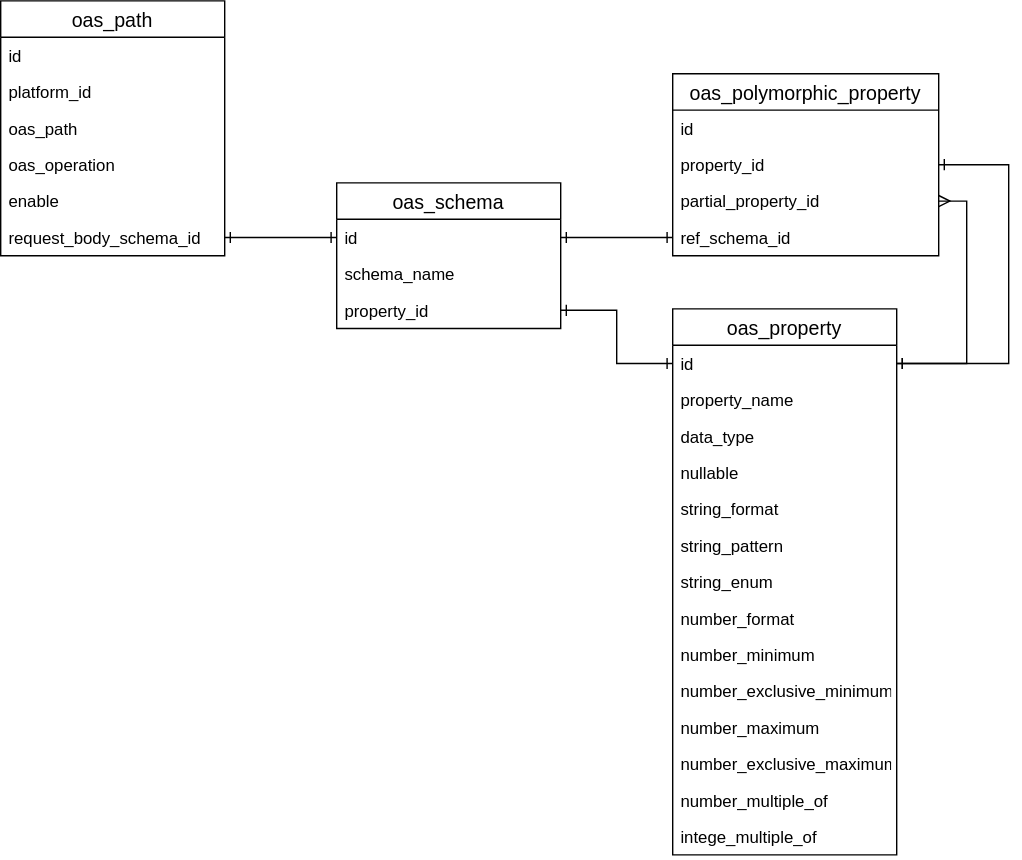
Before: erd.drawio.svg, a diagram exported from draw.io (gocreating/openapi-csv-converter). Source tidied: cells renumbered, new cells last; positions are measured from the earlier drawing's top-left corner, leaving out a move shared by most shapes. Its diagram source:
```xml
<mxGraphModel>
  <root>
    <mxCell id="0" />
    <mxCell id="1" parent="0" />
    <mxCell id="2" value="oas_path" style="swimlane;fontStyle=0;horizontal=1;startSize=26;align=center;fontSize=14;" parent="1" vertex="1">
      <mxGeometry width="160" height="182" as="geometry" />
    </mxCell>
    <mxCell id="3" value="id" style="text;strokeColor=none;fillColor=none;spacingLeft=4;spacingRight=4;overflow=hidden;fontSize=12;" parent="2" vertex="1">
      <mxGeometry y="26" width="160" height="26" as="geometry" />
    </mxCell>
    <mxCell id="4" value="platform_id" style="text;strokeColor=none;fillColor=none;spacingLeft=4;spacingRight=4;overflow=hidden;fontSize=12;" parent="2" vertex="1">
      <mxGeometry y="52" width="160" height="26" as="geometry" />
    </mxCell>
    <mxCell id="5" value="oas_path" style="text;strokeColor=none;fillColor=none;spacingLeft=4;spacingRight=4;overflow=hidden;fontSize=12;" parent="2" vertex="1">
      <mxGeometry y="78" width="160" height="26" as="geometry" />
    </mxCell>
    <mxCell id="6" value="oas_operation" style="text;strokeColor=none;fillColor=none;spacingLeft=4;spacingRight=4;overflow=hidden;fontSize=12;" parent="2" vertex="1">
      <mxGeometry y="104" width="160" height="26" as="geometry" />
    </mxCell>
    <mxCell id="7" value="enable" style="text;strokeColor=none;fillColor=none;spacingLeft=4;spacingRight=4;overflow=hidden;fontSize=12;" parent="2" vertex="1">
      <mxGeometry y="130" width="160" height="26" as="geometry" />
    </mxCell>
    <mxCell id="8" value="request_body_schema_id" style="text;strokeColor=none;fillColor=none;spacingLeft=4;spacingRight=4;overflow=hidden;points=[[0,0.5],[1,0.5]];portConstraint=eastwest;fontSize=12;" parent="2" vertex="1">
      <mxGeometry y="156" width="160" height="26" as="geometry" />
    </mxCell>
    <mxCell id="9" style="edgeStyle=orthogonalEdgeStyle;rounded=0;jettySize=auto;html=1;exitX=1;exitY=0.5;exitDx=0;exitDy=0;entryX=0;entryY=0.5;entryDx=0;entryDy=0;startArrow=ERone;startFill=0;endArrow=ERone;endFill=0;" parent="1" edge="1" source="8" target="12">
      <mxGeometry relative="1" as="geometry" />
    </mxCell>
    <mxCell id="10" style="edgeStyle=orthogonalEdgeStyle;rounded=0;jettySize=auto;html=1;exitX=1;exitY=0.5;exitDx=0;exitDy=0;entryX=0;entryY=0.5;entryDx=0;entryDy=0;startArrow=ERone;startFill=0;endArrow=ERone;endFill=0;" parent="1" edge="1" source="14" target="19">
      <mxGeometry relative="1" as="geometry" />
    </mxCell>
    <mxCell id="11" value="oas_schema" style="swimlane;fontStyle=0;horizontal=1;startSize=26;align=center;fontSize=14;" parent="1" vertex="1">
      <mxGeometry x="240" y="130" width="160" height="104" as="geometry" />
    </mxCell>
    <mxCell id="12" value="id" style="text;strokeColor=none;fillColor=none;spacingLeft=4;spacingRight=4;overflow=hidden;points=[[0,0.5],[1,0.5]];portConstraint=eastwest;fontSize=12;" parent="11" vertex="1">
      <mxGeometry y="26" width="160" height="26" as="geometry" />
    </mxCell>
    <mxCell id="13" value="schema_name" style="text;strokeColor=none;fillColor=none;spacingLeft=4;spacingRight=4;overflow=hidden;fontSize=12;" parent="11" vertex="1">
      <mxGeometry y="52" width="160" height="26" as="geometry" />
    </mxCell>
    <mxCell id="14" value="property_id" style="text;strokeColor=none;fillColor=none;spacingLeft=4;spacingRight=4;overflow=hidden;points=[[0,0.5],[1,0.5]];portConstraint=eastwest;fontSize=12;" parent="11" vertex="1">
      <mxGeometry y="78" width="160" height="26" as="geometry" />
    </mxCell>
    <mxCell id="15" style="edgeStyle=orthogonalEdgeStyle;rounded=0;jettySize=auto;html=1;exitX=0;exitY=0.5;exitDx=0;exitDy=0;entryX=1;entryY=0.5;entryDx=0;entryDy=0;startArrow=ERone;startFill=0;endArrow=ERone;endFill=0;" parent="1" edge="1" source="37" target="12">
      <mxGeometry relative="1" as="geometry" />
    </mxCell>
    <mxCell id="16" style="edgeStyle=orthogonalEdgeStyle;rounded=0;jettySize=auto;html=1;exitX=1;exitY=0.5;exitDx=0;exitDy=0;entryX=1;entryY=0.5;entryDx=0;entryDy=0;startArrow=ERone;startFill=0;endArrow=ERone;endFill=0;" parent="1" edge="1" source="35" target="19">
      <mxGeometry relative="1" as="geometry">
        <Array as="points">
          <mxPoint x="720" y="117" />
          <mxPoint x="720" y="259" />
        </Array>
      </mxGeometry>
    </mxCell>
    <mxCell id="17" style="edgeStyle=orthogonalEdgeStyle;rounded=0;jettySize=auto;html=1;exitX=1;exitY=0.5;exitDx=0;exitDy=0;entryX=1;entryY=0.5;entryDx=0;entryDy=0;startArrow=ERmany;startFill=0;endArrow=ERone;endFill=0;" parent="1" edge="1" source="36" target="19">
      <mxGeometry relative="1" as="geometry">
        <Array as="points">
          <mxPoint x="690" y="143" />
          <mxPoint x="690" y="259" />
        </Array>
      </mxGeometry>
    </mxCell>
    <mxCell id="18" value="oas_property" style="swimlane;fontStyle=0;horizontal=1;startSize=26;align=center;fontSize=14;" parent="1" vertex="1">
      <mxGeometry x="480" y="220" width="160" height="390" as="geometry" />
    </mxCell>
    <mxCell id="19" value="id" style="text;strokeColor=none;fillColor=none;spacingLeft=4;spacingRight=4;overflow=hidden;points=[[0,0.5],[1,0.5]];portConstraint=eastwest;fontSize=12;" parent="18" vertex="1">
      <mxGeometry y="26" width="160" height="26" as="geometry" />
    </mxCell>
    <mxCell id="20" value="property_name" style="text;strokeColor=none;fillColor=none;spacingLeft=4;spacingRight=4;overflow=hidden;fontSize=12;" parent="18" vertex="1">
      <mxGeometry y="52" width="160" height="26" as="geometry" />
    </mxCell>
    <mxCell id="21" value="data_type" style="text;strokeColor=none;fillColor=none;spacingLeft=4;spacingRight=4;overflow=hidden;fontSize=12;" parent="18" vertex="1">
      <mxGeometry y="78" width="160" height="26" as="geometry" />
    </mxCell>
    <mxCell id="22" value="nullable" style="text;strokeColor=none;fillColor=none;spacingLeft=4;spacingRight=4;overflow=hidden;fontSize=12;" parent="18" vertex="1">
      <mxGeometry y="104" width="160" height="26" as="geometry" />
    </mxCell>
    <mxCell id="23" value="string_format" style="text;strokeColor=none;fillColor=none;spacingLeft=4;spacingRight=4;overflow=hidden;fontSize=12;" parent="18" vertex="1">
      <mxGeometry y="130" width="160" height="26" as="geometry" />
    </mxCell>
    <mxCell id="24" value="string_pattern" style="text;strokeColor=none;fillColor=none;spacingLeft=4;spacingRight=4;overflow=hidden;fontSize=12;" parent="18" vertex="1">
      <mxGeometry y="156" width="160" height="26" as="geometry" />
    </mxCell>
    <mxCell id="25" value="string_enum" style="text;strokeColor=none;fillColor=none;spacingLeft=4;spacingRight=4;overflow=hidden;fontSize=12;" parent="18" vertex="1">
      <mxGeometry y="182" width="160" height="26" as="geometry" />
    </mxCell>
    <mxCell id="26" value="number_format" style="text;strokeColor=none;fillColor=none;spacingLeft=4;spacingRight=4;overflow=hidden;fontSize=12;" parent="18" vertex="1">
      <mxGeometry y="208" width="160" height="26" as="geometry" />
    </mxCell>
    <mxCell id="27" value="number_minimum" style="text;strokeColor=none;fillColor=none;spacingLeft=4;spacingRight=4;overflow=hidden;fontSize=12;" parent="18" vertex="1">
      <mxGeometry y="234" width="160" height="26" as="geometry" />
    </mxCell>
    <mxCell id="28" value="number_exclusive_minimum" style="text;strokeColor=none;fillColor=none;spacingLeft=4;spacingRight=4;overflow=hidden;fontSize=12;" parent="18" vertex="1">
      <mxGeometry y="260" width="160" height="26" as="geometry" />
    </mxCell>
    <mxCell id="29" value="number_maximum" style="text;strokeColor=none;fillColor=none;spacingLeft=4;spacingRight=4;overflow=hidden;fontSize=12;" parent="18" vertex="1">
      <mxGeometry y="286" width="160" height="26" as="geometry" />
    </mxCell>
    <mxCell id="30" value="number_exclusive_maximum" style="text;strokeColor=none;fillColor=none;spacingLeft=4;spacingRight=4;overflow=hidden;fontSize=12;" parent="18" vertex="1">
      <mxGeometry y="312" width="160" height="26" as="geometry" />
    </mxCell>
    <mxCell id="31" value="number_multiple_of" style="text;strokeColor=none;fillColor=none;spacingLeft=4;spacingRight=4;overflow=hidden;fontSize=12;" parent="18" vertex="1">
      <mxGeometry y="338" width="160" height="26" as="geometry" />
    </mxCell>
    <mxCell id="32" value="intege_multiple_of" style="text;strokeColor=none;fillColor=none;spacingLeft=4;spacingRight=4;overflow=hidden;fontSize=12;" parent="18" vertex="1">
      <mxGeometry y="364" width="160" height="26" as="geometry" />
    </mxCell>
    <mxCell id="33" value="oas_polymorphic_property" style="swimlane;fontStyle=0;horizontal=1;startSize=26;align=center;fontSize=14;" parent="1" vertex="1">
      <mxGeometry x="480" y="52" width="190" height="130" as="geometry" />
    </mxCell>
    <mxCell id="34" value="id" style="text;strokeColor=none;fillColor=none;spacingLeft=4;spacingRight=4;overflow=hidden;fontSize=12;" parent="33" vertex="1">
      <mxGeometry y="26" width="190" height="26" as="geometry" />
    </mxCell>
    <mxCell id="35" value="property_id" style="text;strokeColor=none;fillColor=none;spacingLeft=4;spacingRight=4;overflow=hidden;points=[[0,0.5],[1,0.5]];portConstraint=eastwest;fontSize=12;" parent="33" vertex="1">
      <mxGeometry y="52" width="190" height="26" as="geometry" />
    </mxCell>
    <mxCell id="36" value="partial_property_id" style="text;strokeColor=none;fillColor=none;spacingLeft=4;spacingRight=4;overflow=hidden;points=[[0,0.5],[1,0.5]];portConstraint=eastwest;fontSize=12;" parent="33" vertex="1">
      <mxGeometry y="78" width="190" height="26" as="geometry" />
    </mxCell>
    <mxCell id="37" value="ref_schema_id" style="text;strokeColor=none;fillColor=none;spacingLeft=4;spacingRight=4;overflow=hidden;points=[[0,0.5],[1,0.5]];portConstraint=eastwest;fontSize=12;" parent="33" vertex="1">
      <mxGeometry y="104" width="190" height="26" as="geometry" />
    </mxCell>
  </root>
</mxGraphModel>
```
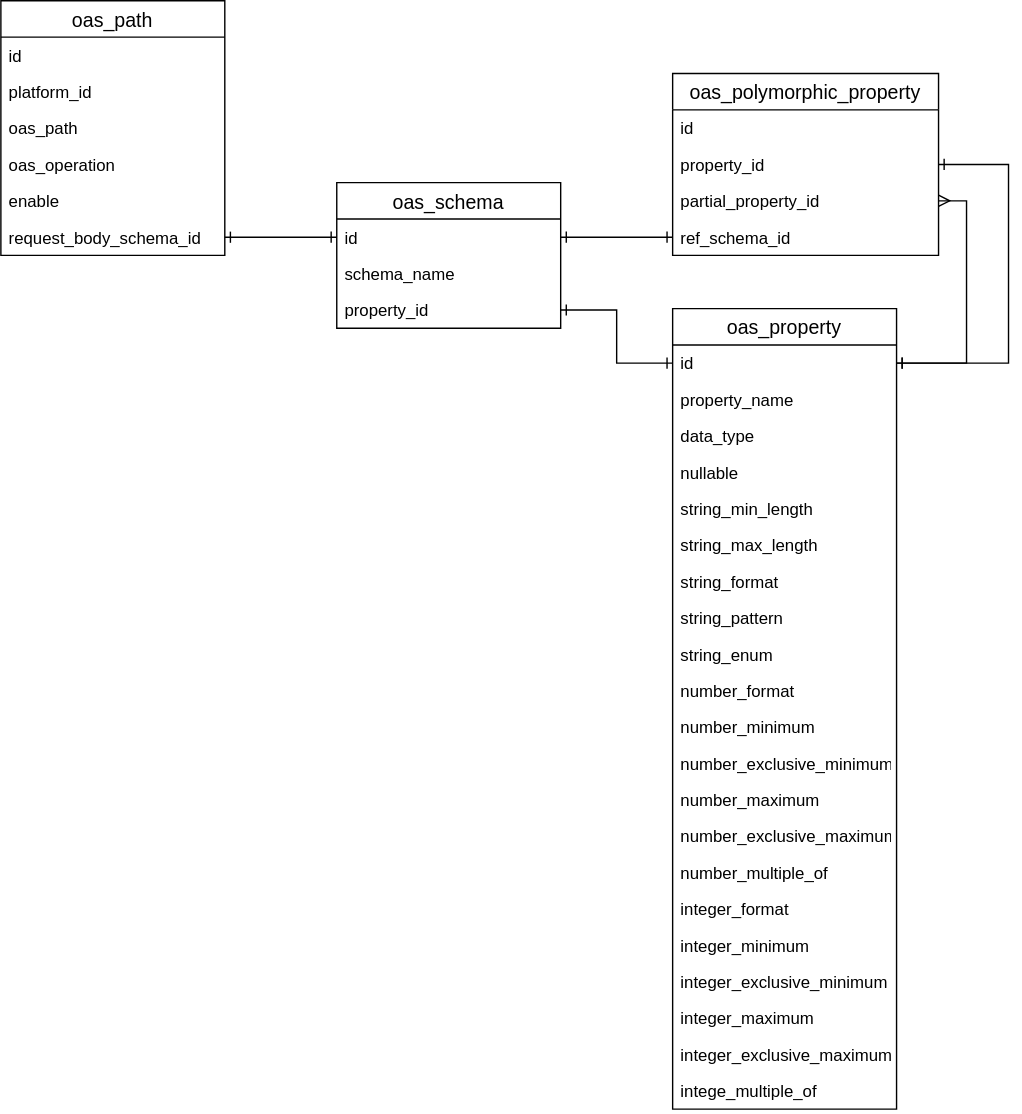
After the commit.

Diff of the diagram source:
```diff
@@ -61,7 +61,7 @@
       </mxGeometry>
     </mxCell>
     <mxCell id="18" value="oas_property" style="swimlane;fontStyle=0;horizontal=1;startSize=26;align=center;fontSize=14;" parent="1" vertex="1">
-      <mxGeometry x="480" y="220" width="160" height="390" as="geometry" />
+      <mxGeometry x="480" y="220" width="160" height="572" as="geometry" />
     </mxCell>
     <mxCell id="19" value="id" style="text;strokeColor=none;fillColor=none;spacingLeft=4;spacingRight=4;overflow=hidden;points=[[0,0.5],[1,0.5]];portConstraint=eastwest;fontSize=12;" parent="18" vertex="1">
       <mxGeometry y="26" width="160" height="26" as="geometry" />
@@ -75,35 +75,56 @@
     <mxCell id="22" value="nullable" style="text;strokeColor=none;fillColor=none;spacingLeft=4;spacingRight=4;overflow=hidden;fontSize=12;" parent="18" vertex="1">
       <mxGeometry y="104" width="160" height="26" as="geometry" />
     </mxCell>
+    <mxCell id="38" value="string_min_length" style="text;strokeColor=none;fillColor=none;spacingLeft=4;spacingRight=4;overflow=hidden;fontSize=12;" parent="18" vertex="1">
+      <mxGeometry y="130" width="160" height="26" as="geometry" />
+    </mxCell>
+    <mxCell id="39" value="string_max_length" style="text;strokeColor=none;fillColor=none;spacingLeft=4;spacingRight=4;overflow=hidden;fontSize=12;" parent="18" vertex="1">
+      <mxGeometry y="156" width="160" height="26" as="geometry" />
+    </mxCell>
     <mxCell id="23" value="string_format" style="text;strokeColor=none;fillColor=none;spacingLeft=4;spacingRight=4;overflow=hidden;fontSize=12;" parent="18" vertex="1">
-      <mxGeometry y="130" width="160" height="26" as="geometry" />
+      <mxGeometry y="182" width="160" height="26" as="geometry" />
     </mxCell>
     <mxCell id="24" value="string_pattern" style="text;strokeColor=none;fillColor=none;spacingLeft=4;spacingRight=4;overflow=hidden;fontSize=12;" parent="18" vertex="1">
-      <mxGeometry y="156" width="160" height="26" as="geometry" />
+      <mxGeometry y="208" width="160" height="26" as="geometry" />
     </mxCell>
     <mxCell id="25" value="string_enum" style="text;strokeColor=none;fillColor=none;spacingLeft=4;spacingRight=4;overflow=hidden;fontSize=12;" parent="18" vertex="1">
-      <mxGeometry y="182" width="160" height="26" as="geometry" />
+      <mxGeometry y="234" width="160" height="26" as="geometry" />
     </mxCell>
     <mxCell id="26" value="number_format" style="text;strokeColor=none;fillColor=none;spacingLeft=4;spacingRight=4;overflow=hidden;fontSize=12;" parent="18" vertex="1">
-      <mxGeometry y="208" width="160" height="26" as="geometry" />
+      <mxGeometry y="260" width="160" height="26" as="geometry" />
     </mxCell>
     <mxCell id="27" value="number_minimum" style="text;strokeColor=none;fillColor=none;spacingLeft=4;spacingRight=4;overflow=hidden;fontSize=12;" parent="18" vertex="1">
-      <mxGeometry y="234" width="160" height="26" as="geometry" />
+      <mxGeometry y="286" width="160" height="26" as="geometry" />
     </mxCell>
     <mxCell id="28" value="number_exclusive_minimum" style="text;strokeColor=none;fillColor=none;spacingLeft=4;spacingRight=4;overflow=hidden;fontSize=12;" parent="18" vertex="1">
-      <mxGeometry y="260" width="160" height="26" as="geometry" />
+      <mxGeometry y="312" width="160" height="26" as="geometry" />
     </mxCell>
     <mxCell id="29" value="number_maximum" style="text;strokeColor=none;fillColor=none;spacingLeft=4;spacingRight=4;overflow=hidden;fontSize=12;" parent="18" vertex="1">
-      <mxGeometry y="286" width="160" height="26" as="geometry" />
+      <mxGeometry y="338" width="160" height="26" as="geometry" />
     </mxCell>
     <mxCell id="30" value="number_exclusive_maximum" style="text;strokeColor=none;fillColor=none;spacingLeft=4;spacingRight=4;overflow=hidden;fontSize=12;" parent="18" vertex="1">
-      <mxGeometry y="312" width="160" height="26" as="geometry" />
+      <mxGeometry y="364" width="160" height="26" as="geometry" />
     </mxCell>
     <mxCell id="31" value="number_multiple_of" style="text;strokeColor=none;fillColor=none;spacingLeft=4;spacingRight=4;overflow=hidden;fontSize=12;" parent="18" vertex="1">
-      <mxGeometry y="338" width="160" height="26" as="geometry" />
+      <mxGeometry y="390" width="160" height="26" as="geometry" />
     </mxCell>
+    <mxCell id="40" value="integer_format" style="text;strokeColor=none;fillColor=none;spacingLeft=4;spacingRight=4;overflow=hidden;fontSize=12;" parent="18" vertex="1">
+      <mxGeometry y="416" width="160" height="26" as="geometry" />
+    </mxCell>
+    <mxCell id="41" value="integer_minimum" style="text;strokeColor=none;fillColor=none;spacingLeft=4;spacingRight=4;overflow=hidden;fontSize=12;" parent="18" vertex="1">
+      <mxGeometry y="442" width="160" height="26" as="geometry" />
+    </mxCell>
+    <mxCell id="42" value="integer_exclusive_minimum" style="text;strokeColor=none;fillColor=none;spacingLeft=4;spacingRight=4;overflow=hidden;fontSize=12;" parent="18" vertex="1">
+      <mxGeometry y="468" width="160" height="26" as="geometry" />
+    </mxCell>
+    <mxCell id="43" value="integer_maximum" style="text;strokeColor=none;fillColor=none;spacingLeft=4;spacingRight=4;overflow=hidden;fontSize=12;" parent="18" vertex="1">
+      <mxGeometry y="494" width="160" height="26" as="geometry" />
+    </mxCell>
+    <mxCell id="44" value="integer_exclusive_maximum" style="text;strokeColor=none;fillColor=none;spacingLeft=4;spacingRight=4;overflow=hidden;fontSize=12;" parent="18" vertex="1">
+      <mxGeometry y="520" width="160" height="26" as="geometry" />
+    </mxCell>
     <mxCell id="32" value="intege_multiple_of" style="text;strokeColor=none;fillColor=none;spacingLeft=4;spacingRight=4;overflow=hidden;fontSize=12;" parent="18" vertex="1">
-      <mxGeometry y="364" width="160" height="26" as="geometry" />
+      <mxGeometry y="546" width="160" height="26" as="geometry" />
     </mxCell>
     <mxCell id="33" value="oas_polymorphic_property" style="swimlane;fontStyle=0;horizontal=1;startSize=26;align=center;fontSize=14;" parent="1" vertex="1">
       <mxGeometry x="480" y="52" width="190" height="130" as="geometry" />
```
